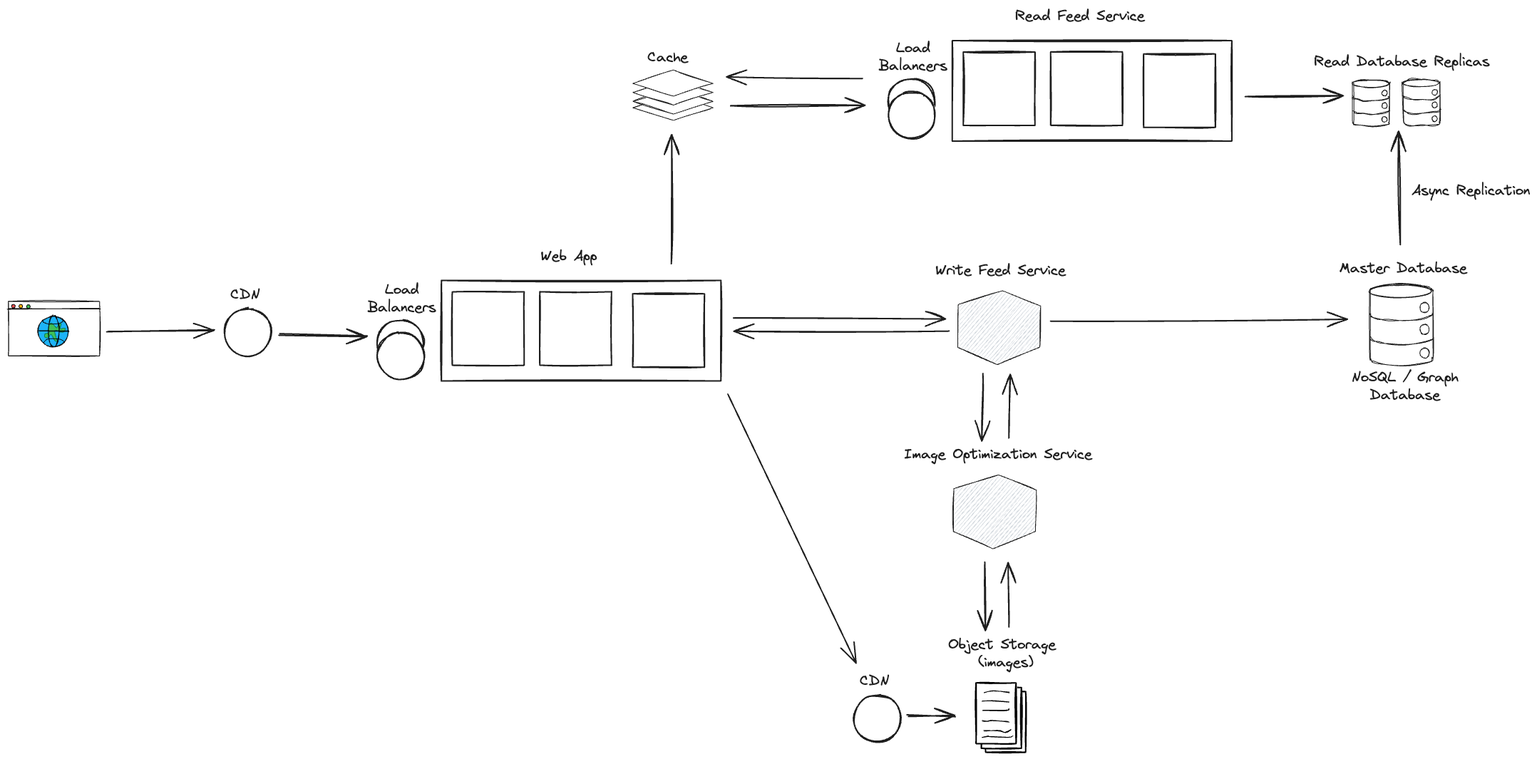
Before: scale-minimum-architecture.excalidraw.png, a diagram exported from Excalidraw (gabrielmendes98/system-design-cheat-sheet). Source tidied: one line per element, renumbered; positions are measured from the earlier drawing's top-left corner, leaving out a move shared by most shapes.
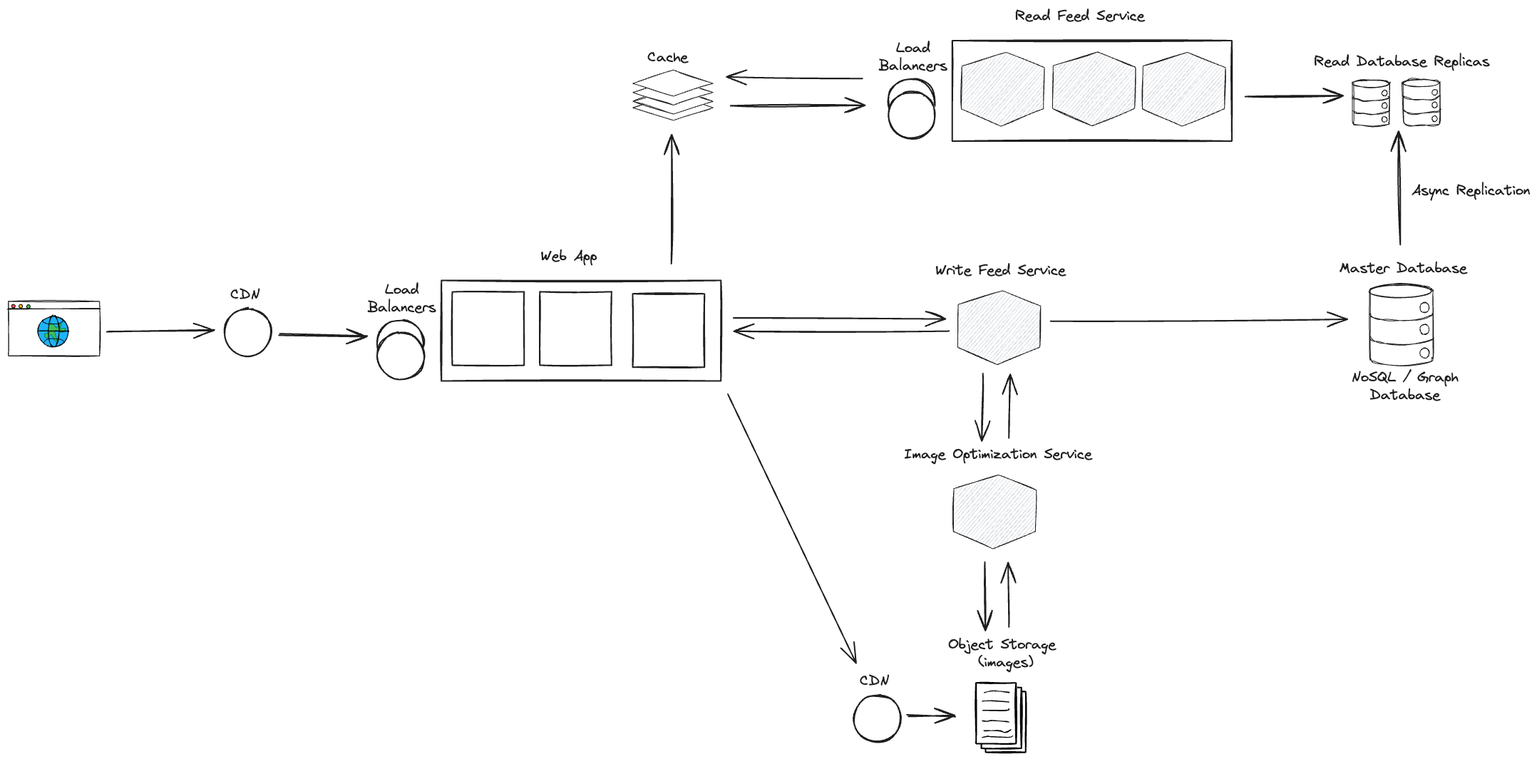
The same file after the commit.

Commit message:
docs: create frontend application level architecture

Change to the diagram source:
```diff
@@ -15,9 +15,6 @@
 {"id": 14, "type": "arrow", "strokeColor": "#1e1e1e", "strokeWidth": 2, "roughness": 1, "endArrowhead": "arrow", "to": 53, "x": 1199, "y": 100, "width": 191, "height": 2, "points": [[0, 0], [-191, -2]]}
 {"id": 15, "type": "rectangle", "strokeColor": "#1e1e1e", "strokeWidth": 2, "roughness": 1, "x": 1325, "y": 47, "width": 392, "height": 141}
 {"id": 16, "type": "text", "text": "Read Feed Service", "strokeColor": "#1e1e1e", "strokeWidth": 2, "roughness": 1, "fontSize": 20, "fontFamily": 1, "textAlign": "center", "x": 1414, "y": 0, "width": 181, "height": 25}
-{"id": 17, "type": "rectangle", "strokeColor": "#1e1e1e", "strokeWidth": 2, "roughness": 1, "x": 1340, "y": 63, "width": 101, "height": 103}
-{"id": 18, "type": "rectangle", "strokeColor": "#1e1e1e", "strokeWidth": 2, "roughness": 1, "x": 1463, "y": 63, "width": 101, "height": 103}
-{"id": 19, "type": "rectangle", "strokeColor": "#1e1e1e", "strokeWidth": 2, "roughness": 1, "x": 1593, "y": 66, "width": 101, "height": 103}
 {"id": 20, "type": "arrow", "strokeColor": "#1e1e1e", "strokeWidth": 2, "roughness": 1, "endArrowhead": "arrow", "from": 86, "x": 1018, "y": 436, "width": 298, "height": 1, "points": [[0, 0], [298, 1]]}
 {"id": 21, "type": "arrow", "strokeColor": "#1e1e1e", "strokeWidth": 2, "roughness": 1, "endArrowhead": "arrow", "to": 86, "x": 1321, "y": 455, "width": 302, "height": 0, "points": [[0, 0], [-302, 0]]}
 {"id": 22, "type": "line", "strokeColor": "#1e1e1e", "strokeWidth": 1, "roughness": 1, "round": true, "x": 1911, "y": 398, "width": 88, "height": 114, "points": [[0, 0], [0, 86], [0, 96], [5, 100], [20, 104], [47, 105], [72, 103], [86, 99], [88, 95], [88, 87], [88, 7], [87, 0], [82, -5], [70, -7], [43, -9], [21, -8], [4, -4], [0, 0], [0, 0]]}
@@ -89,3 +86,6 @@
 {"id": 88, "type": "rectangle", "strokeColor": "#1e1e1e", "strokeWidth": 2, "roughness": 1, "x": 624, "y": 400, "width": 101, "height": 103}
 {"id": 89, "type": "rectangle", "strokeColor": "#1e1e1e", "strokeWidth": 2, "roughness": 1, "x": 746, "y": 399, "width": 101, "height": 103}
 {"id": 90, "type": "rectangle", "strokeColor": "#1e1e1e", "strokeWidth": 2, "roughness": 1, "x": 877, "y": 402, "width": 101, "height": 103}
+{"id": 91, "type": "line", "strokeColor": "#1e1e1e", "backgroundColor": "#ced4da", "fillStyle": "hachure", "strokeWidth": 1, "roughness": 1, "x": 1401, "y": 64, "width": 116, "height": 104, "points": [[0, 0], [-62, 19], [-63, 79], [-8, 104], [52, 79], [53, 21], [0, 0]]}
+{"id": 92, "type": "line", "strokeColor": "#1e1e1e", "backgroundColor": "#ced4da", "fillStyle": "hachure", "strokeWidth": 1, "roughness": 1, "x": 1529, "y": 63, "width": 116, "height": 104, "points": [[0, 0], [-62, 19], [-63, 79], [-8, 104], [52, 79], [53, 21], [0, 0]]}
+{"id": 93, "type": "line", "strokeColor": "#1e1e1e", "backgroundColor": "#ced4da", "fillStyle": "hachure", "strokeWidth": 1, "roughness": 1, "x": 1655, "y": 63, "width": 116, "height": 104, "points": [[0, 0], [-62, 19], [-63, 79], [-8, 104], [52, 79], [53, 21], [0, 0]]}
```
